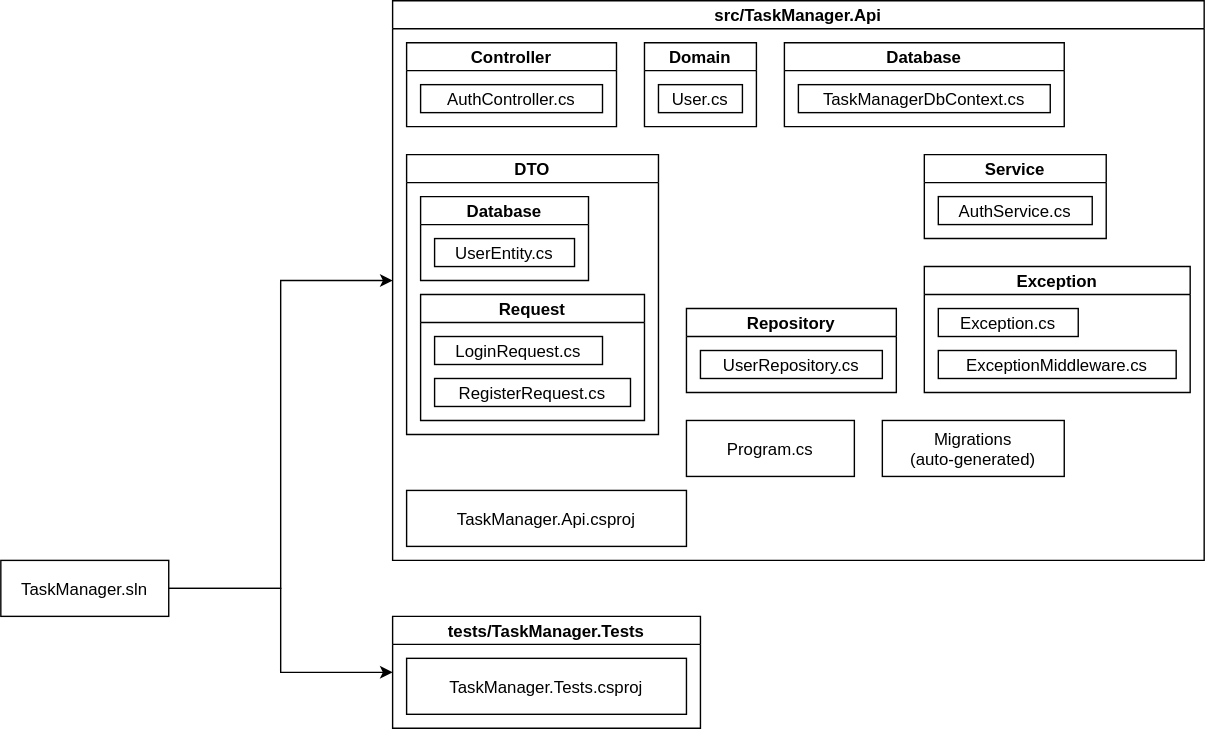
TsirelsonStepan/EnterpriseTaskManager keeps this draw.io diagram as Documentation/FileStructure.drawio.svg. Above is the earlier version. Source tidied: cells renumbered, new cells last; positions are measured from the earlier drawing's top-left corner, leaving out a move shared by most shapes.
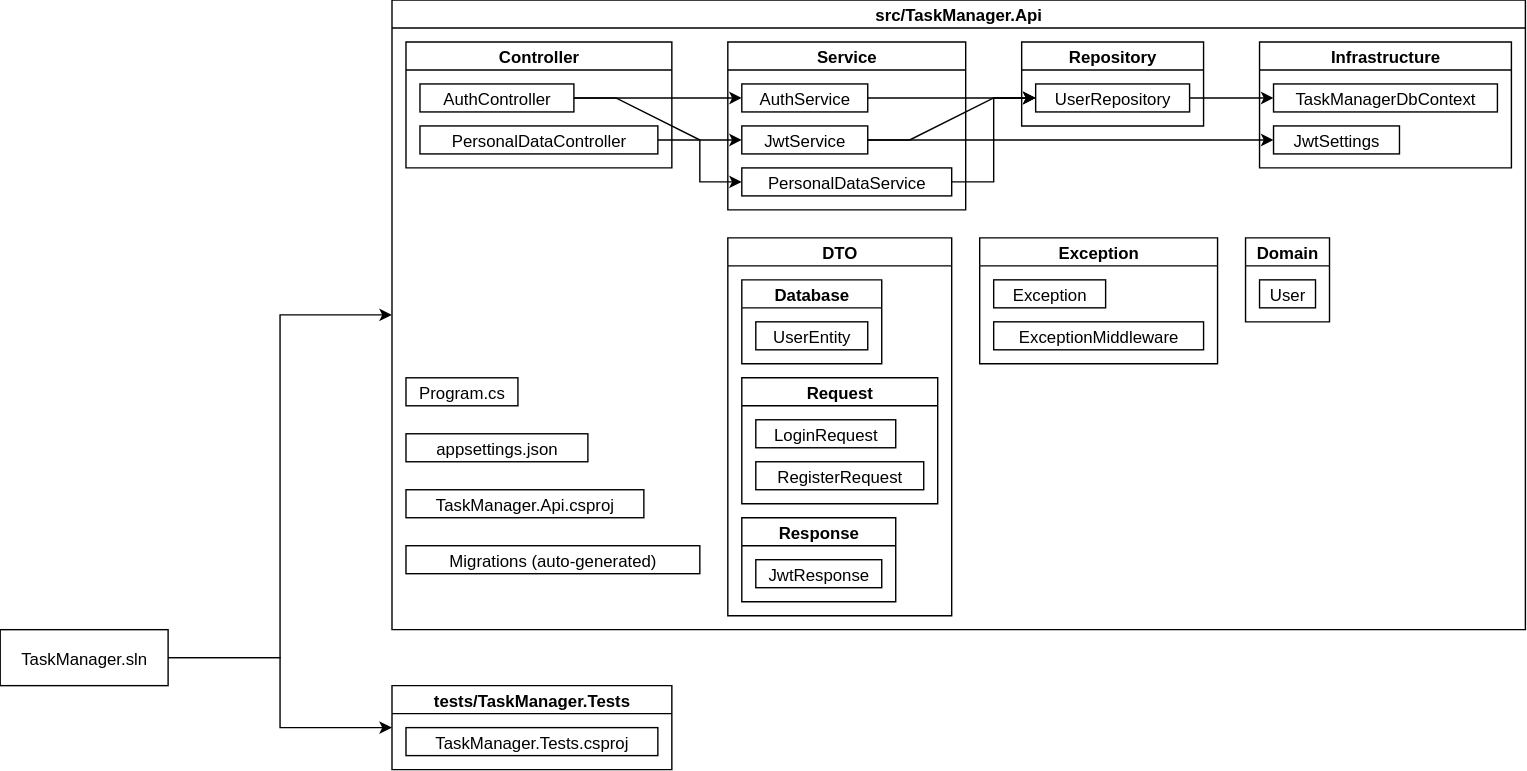
After the commit.

Commit message:
Updated structure diagram

Diff of the diagram source:
```diff
@@ -12,79 +12,124 @@
       <mxGeometry y="400" width="120" height="40" as="geometry" />
     </mxCell>
     <mxCell id="5" value="tests/TaskManager.Tests" style="swimlane;startSize=20;labelBackgroundColor=none;convertToSvg=0;gradientColor=none;glass=0;rounded=0;fillColor=default;" parent="1" vertex="1">
-      <mxGeometry x="280" y="440" width="220" height="80" as="geometry" />
+      <mxGeometry x="280" y="440" width="200" height="60" as="geometry" />
     </mxCell>
     <mxCell id="6" value="TaskManager.Tests.csproj" style="rounded=0;labelBackgroundColor=none;" parent="5" vertex="1">
-      <mxGeometry x="10" y="30" width="200" height="40" as="geometry" />
+      <mxGeometry x="10" y="30" width="180" height="20" as="geometry" />
     </mxCell>
     <mxCell id="7" value="src/TaskManager.Api" style="swimlane;startSize=20;labelBackgroundColor=none;" parent="1" vertex="1">
-      <mxGeometry x="280" width="580" height="400" as="geometry" />
+      <mxGeometry x="280" y="-50" width="810" height="450" as="geometry" />
     </mxCell>
     <mxCell id="8" value="Controller" style="swimlane;startSize=20;labelBackgroundColor=none;" parent="7" vertex="1">
-      <mxGeometry x="10" y="30" width="150" height="60" as="geometry" />
+      <mxGeometry x="10" y="30" width="190" height="90" as="geometry" />
     </mxCell>
-    <mxCell id="9" value="AuthController.cs" style="rounded=0;labelBackgroundColor=none;" parent="8" vertex="1">
-      <mxGeometry x="10" y="30" width="130" height="20" as="geometry" />
+    <mxCell id="9" value="AuthController" style="rounded=0;labelBackgroundColor=none;" parent="8" vertex="1">
+      <mxGeometry x="10" y="30" width="110" height="20" as="geometry" />
     </mxCell>
+    <mxCell id="30" value="PersonalDataController" style="rounded=0;labelBackgroundColor=none;" parent="8" vertex="1">
+      <mxGeometry x="10" y="60" width="170" height="20" as="geometry" />
+    </mxCell>
     <mxCell id="10" value="Domain" style="swimlane;startSize=20;labelBackgroundColor=none;" parent="7" vertex="1">
-      <mxGeometry x="180" y="30" width="80" height="60" as="geometry" />
+      <mxGeometry x="610" y="170" width="60" height="60" as="geometry" />
     </mxCell>
-    <mxCell id="11" value="User.cs" style="rounded=0;labelBackgroundColor=none;" parent="10" vertex="1">
-      <mxGeometry x="10" y="30" width="60" height="20" as="geometry" />
+    <mxCell id="11" value="User" style="rounded=0;labelBackgroundColor=none;" parent="10" vertex="1">
+      <mxGeometry x="10" y="30" width="40" height="20" as="geometry" />
     </mxCell>
     <mxCell id="12" value="DTO" style="swimlane;startSize=20;labelBackgroundColor=none;" parent="7" vertex="1">
-      <mxGeometry x="10" y="110" width="180" height="200" as="geometry" />
+      <mxGeometry x="240" y="170" width="160" height="270" as="geometry" />
     </mxCell>
     <mxCell id="13" value="Database" style="swimlane;startSize=20;labelBackgroundColor=none;" parent="12" vertex="1">
-      <mxGeometry x="10" y="30" width="120" height="60" as="geometry" />
+      <mxGeometry x="10" y="30" width="100" height="60" as="geometry" />
     </mxCell>
-    <mxCell id="14" value="UserEntity.cs" style="rounded=0;labelBackgroundColor=none;" parent="13" vertex="1">
-      <mxGeometry x="10" y="30" width="100" height="20" as="geometry" />
+    <mxCell id="14" value="UserEntity" style="rounded=0;labelBackgroundColor=none;" parent="13" vertex="1">
+      <mxGeometry x="10" y="30" width="80" height="20" as="geometry" />
     </mxCell>
     <mxCell id="15" value="Request" style="swimlane;fillColor=default;startSize=20;labelBackgroundColor=none;" parent="12" vertex="1">
-      <mxGeometry x="10" y="100" width="160" height="90" as="geometry" />
+      <mxGeometry x="10" y="100" width="140" height="90" as="geometry" />
     </mxCell>
-    <mxCell id="16" value="LoginRequest.cs" style="rounded=0;labelBackgroundColor=none;" parent="15" vertex="1">
-      <mxGeometry x="10" y="30" width="120" height="20" as="geometry" />
+    <mxCell id="16" value="LoginRequest" style="rounded=0;labelBackgroundColor=none;" parent="15" vertex="1">
+      <mxGeometry x="10" y="30" width="100" height="20" as="geometry" />
     </mxCell>
-    <mxCell id="17" value="RegisterRequest.cs" style="rounded=0;labelBackgroundColor=none;" parent="15" vertex="1">
-      <mxGeometry x="10" y="60" width="140" height="20" as="geometry" />
+    <mxCell id="17" value="RegisterRequest" style="rounded=0;labelBackgroundColor=none;" parent="15" vertex="1">
+      <mxGeometry x="10" y="60" width="120" height="20" as="geometry" />
     </mxCell>
+    <mxCell id="31" value="Response" style="swimlane;fillColor=default;startSize=20;labelBackgroundColor=none;" parent="12" vertex="1">
+      <mxGeometry x="10" y="200" width="110" height="60" as="geometry" />
+    </mxCell>
+    <mxCell id="32" value="JwtResponse" style="rounded=0;labelBackgroundColor=none;" parent="31" vertex="1">
+      <mxGeometry x="10" y="30" width="90" height="20" as="geometry" />
+    </mxCell>
     <mxCell id="18" value="Repository" style="swimlane;startSize=20;labelBackgroundColor=none;" parent="7" vertex="1">
-      <mxGeometry x="210" y="220" width="150" height="60" as="geometry" />
+      <mxGeometry x="450" y="30" width="130" height="60" as="geometry" />
     </mxCell>
-    <mxCell id="19" value="UserRepository.cs" style="rounded=0;labelBackgroundColor=none;" parent="18" vertex="1">
-      <mxGeometry x="10" y="30" width="130" height="20" as="geometry" />
+    <mxCell id="19" value="UserRepository" style="rounded=0;labelBackgroundColor=none;" parent="18" vertex="1">
+      <mxGeometry x="10" y="30" width="110" height="20" as="geometry" />
     </mxCell>
-    <mxCell id="20" value="Database" style="swimlane;startSize=20;labelBackgroundColor=none;" parent="7" vertex="1">
-      <mxGeometry x="280" y="30" width="200" height="60" as="geometry" />
+    <mxCell id="20" value="Infrastructure" style="swimlane;startSize=20;labelBackgroundColor=none;" parent="7" vertex="1">
+      <mxGeometry x="620" y="30" width="180" height="90" as="geometry" />
     </mxCell>
-    <mxCell id="21" value="TaskManagerDbContext.cs" style="rounded=0;labelBackgroundColor=none;" parent="20" vertex="1">
-      <mxGeometry x="10" y="30" width="180" height="20" as="geometry" />
+    <mxCell id="21" value="TaskManagerDbContext" style="rounded=0;labelBackgroundColor=none;" parent="20" vertex="1">
+      <mxGeometry x="10" y="30" width="160" height="20" as="geometry" />
     </mxCell>
+    <mxCell id="33" value="JwtSettings" style="rounded=0;labelBackgroundColor=none;" parent="20" vertex="1">
+      <mxGeometry x="10" y="60" width="90" height="20" as="geometry" />
+    </mxCell>
     <mxCell id="22" value="Service" style="swimlane;startSize=20;labelBackgroundColor=none;" parent="7" vertex="1">
-      <mxGeometry x="380" y="110" width="130" height="60" as="geometry" />
+      <mxGeometry x="240" y="30" width="170" height="120" as="geometry" />
     </mxCell>
-    <mxCell id="23" value="AuthService.cs" style="rounded=0;labelBackgroundColor=none;" parent="22" vertex="1">
-      <mxGeometry x="10" y="30" width="110" height="20" as="geometry" />
+    <mxCell id="23" value="AuthService" style="rounded=0;labelBackgroundColor=none;" parent="22" vertex="1">
+      <mxGeometry x="10" y="30" width="90" height="20" as="geometry" />
     </mxCell>
+    <mxCell id="34" value="JwtService" style="rounded=0;labelBackgroundColor=none;" parent="22" vertex="1">
+      <mxGeometry x="10" y="60" width="90" height="20" as="geometry" />
+    </mxCell>
+    <mxCell id="35" value="PersonalDataService" style="rounded=0;labelBackgroundColor=none;" parent="22" vertex="1">
+      <mxGeometry x="10" y="90" width="150" height="20" as="geometry" />
+    </mxCell>
     <mxCell id="24" value="Program.cs" style="rounded=0;labelBackgroundColor=none;" parent="7" vertex="1">
-      <mxGeometry x="210" y="300" width="120" height="40" as="geometry" />
+      <mxGeometry x="10" y="270" width="80" height="20" as="geometry" />
     </mxCell>
     <mxCell id="25" value="TaskManager.Api.csproj" style="rounded=0;labelBackgroundColor=none;" parent="7" vertex="1">
-      <mxGeometry x="10" y="350" width="200" height="40" as="geometry" />
+      <mxGeometry x="10" y="350" width="170" height="20" as="geometry" />
     </mxCell>
-    <mxCell id="26" value="Migrations&#10;(auto-generated)" style="rounded=0;labelBackgroundColor=none;" parent="7" vertex="1">
-      <mxGeometry x="350" y="300" width="130" height="40" as="geometry" />
+    <mxCell id="26" value="Migrations (auto-generated)" style="rounded=0;labelBackgroundColor=none;" parent="7" vertex="1">
+      <mxGeometry x="10" y="390" width="210" height="20" as="geometry" />
     </mxCell>
     <mxCell id="27" value="Exception" style="swimlane;startSize=20;labelBackgroundColor=none;" parent="7" vertex="1">
-      <mxGeometry x="380" y="190" width="190" height="90" as="geometry" />
+      <mxGeometry x="420" y="170" width="170" height="90" as="geometry" />
     </mxCell>
-    <mxCell id="28" value="Exception.cs" style="rounded=0;labelBackgroundColor=none;" parent="27" vertex="1">
-      <mxGeometry x="10" y="30" width="100" height="20" as="geometry" />
+    <mxCell id="28" value="Exception" style="rounded=0;labelBackgroundColor=none;" parent="27" vertex="1">
+      <mxGeometry x="10" y="30" width="80" height="20" as="geometry" />
     </mxCell>
-    <mxCell id="29" value="ExceptionMiddleware.cs" style="rounded=0;labelBackgroundColor=none;" parent="27" vertex="1">
-      <mxGeometry x="10" y="60" width="170" height="20" as="geometry" />
+    <mxCell id="29" value="ExceptionMiddleware" style="rounded=0;labelBackgroundColor=none;" parent="27" vertex="1">
+      <mxGeometry x="10" y="60" width="150" height="20" as="geometry" />
     </mxCell>
+    <mxCell id="36" value="appsettings.json" style="rounded=0;labelBackgroundColor=none;" parent="7" vertex="1">
+      <mxGeometry x="10" y="310" width="130" height="20" as="geometry" />
+    </mxCell>
+    <mxCell id="37" style="edgeStyle=entityRelationEdgeStyle;rounded=0;jettySize=auto;html=1;jumpStyle=gap;" parent="7" edge="1" source="9" target="23">
+      <mxGeometry relative="1" as="geometry" />
+    </mxCell>
+    <mxCell id="38" style="edgeStyle=entityRelationEdgeStyle;rounded=0;jettySize=auto;html=1;jumpStyle=gap;" parent="7" edge="1" source="23" target="19">
+      <mxGeometry relative="1" as="geometry" />
+    </mxCell>
+    <mxCell id="39" style="edgeStyle=entityRelationEdgeStyle;rounded=0;jettySize=auto;html=1;jumpStyle=gap;" parent="7" edge="1" source="19" target="21">
+      <mxGeometry relative="1" as="geometry" />
+    </mxCell>
+    <mxCell id="40" style="edgeStyle=entityRelationEdgeStyle;rounded=0;jettySize=auto;html=1;jumpStyle=gap;" parent="7" edge="1" source="9" target="34">
+      <mxGeometry relative="1" as="geometry" />
+    </mxCell>
+    <mxCell id="41" style="edgeStyle=entityRelationEdgeStyle;rounded=0;jettySize=auto;html=1;jumpStyle=gap;" parent="7" edge="1" source="34" target="33">
+      <mxGeometry relative="1" as="geometry" />
+    </mxCell>
+    <mxCell id="42" style="edgeStyle=entityRelationEdgeStyle;rounded=0;jettySize=auto;html=1;jumpStyle=gap;flowAnimation=0;" parent="7" edge="1" source="34" target="19">
+      <mxGeometry relative="1" as="geometry" />
+    </mxCell>
+    <mxCell id="43" style="edgeStyle=entityRelationEdgeStyle;rounded=0;jettySize=auto;html=1;" parent="7" edge="1" source="30" target="35">
+      <mxGeometry relative="1" as="geometry" />
+    </mxCell>
+    <mxCell id="44" style="edgeStyle=entityRelationEdgeStyle;rounded=0;jettySize=auto;html=1;" parent="7" edge="1" source="35" target="19">
+      <mxGeometry relative="1" as="geometry" />
+    </mxCell>
   </root>
 </mxGraphModel>
```
